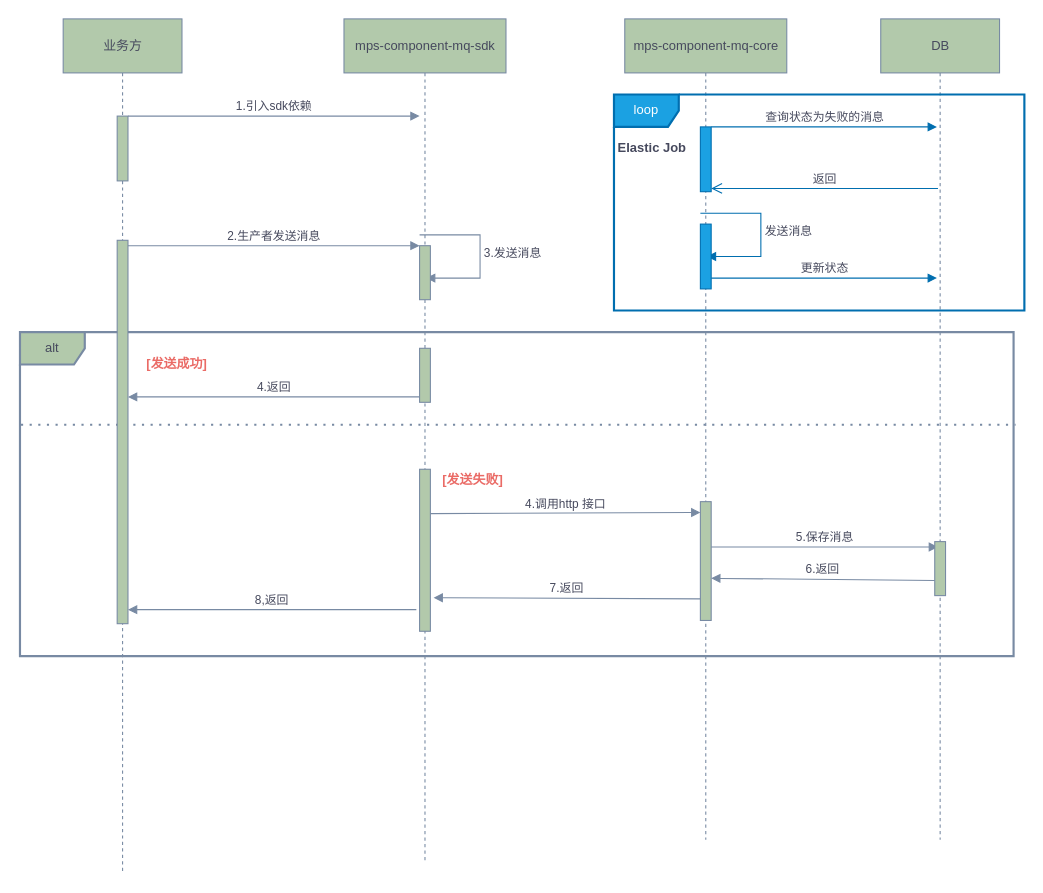
The draw.io diagram page "mps-component-mq时序图" (6 of 7) of accp.drawio in lgaBug/drawio, before the edit. Source tidied: cells renumbered, new cells numbered last; positions are measured from the earlier drawing's top-left corner, leaving out a move shared by most shapes. Both pictures are drawn from the tidied source at 108%, with x=0, y=0 at pixel (19, 18).
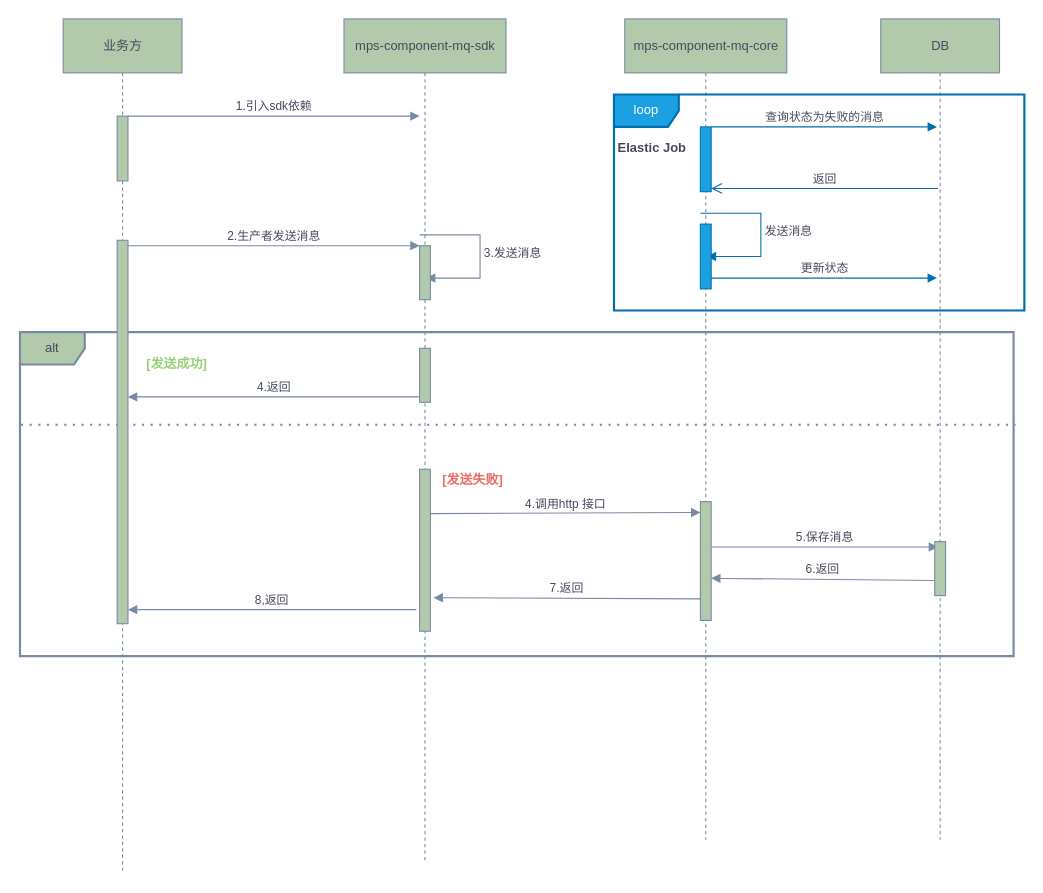
The same page after the edit.

Diff of the diagram source:
```diff
@@
-    <mxCell id="18" value="&lt;b&gt;&lt;font color=&quot;#ea6b66&quot;&gt;[发送成功]&lt;/font&gt;&lt;/b&gt;" style="text;html=1;align=center;verticalAlign=middle;strokeColor=none;fillColor=none;fontColor=#46495D;" parent="1" vertex="1">
+    <mxCell id="18" value="&lt;b&gt;&lt;font color=&quot;#97d077&quot;&gt;[发送成功]&lt;/font&gt;&lt;/b&gt;" style="text;html=1;align=center;verticalAlign=middle;strokeColor=none;fillColor=none;fontColor=#46495D;" parent="1" vertex="1">
       <mxGeometry x="110" y="310" width="70" height="20" as="geometry" />
     </mxCell>
```
